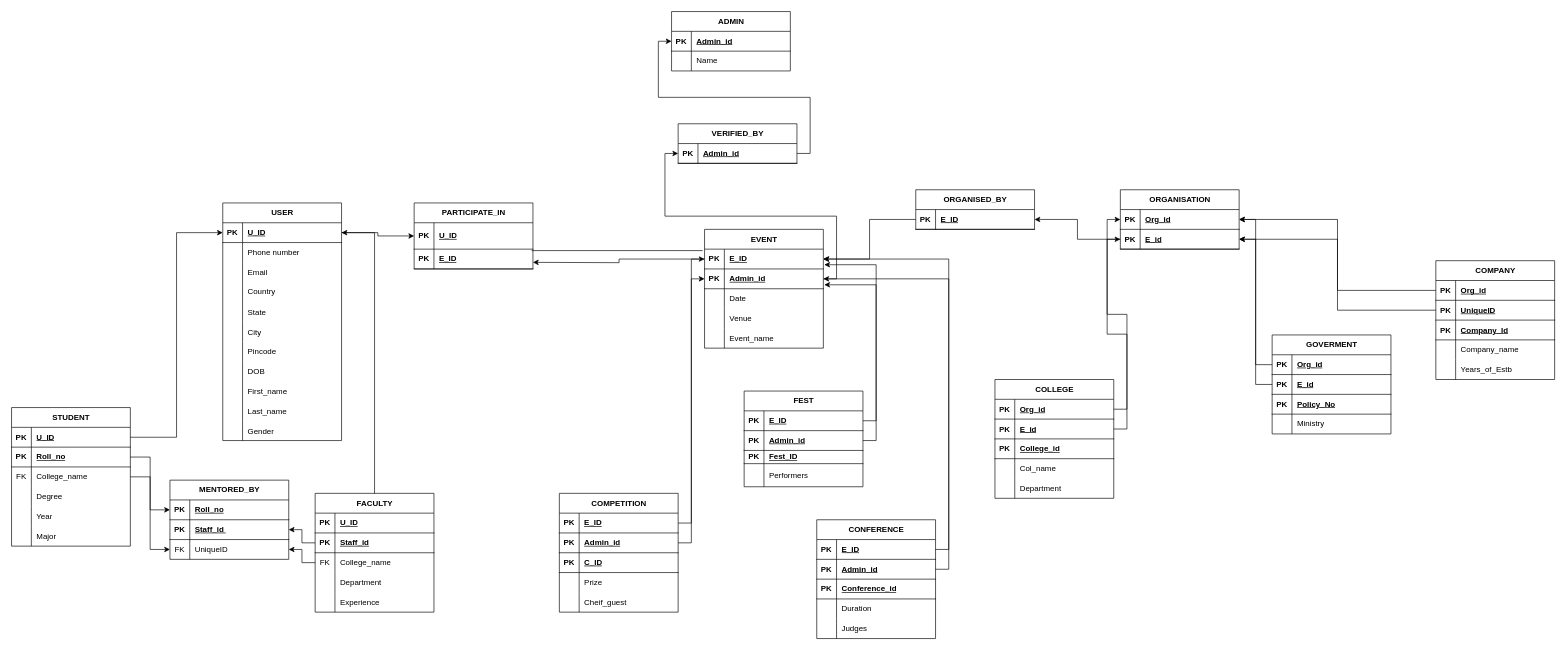
Earlier version of the draw.io diagram relational.drawio (Aaradhy-Sharma/dbms-project-1). Source tidied: cells renumbered, new cells numbered last; positions are measured from the earlier drawing's top-left corner, leaving out a move shared by most shapes. Both pictures are drawn from the tidied source at 66%, with x=0, y=0 at pixel (11, 11).
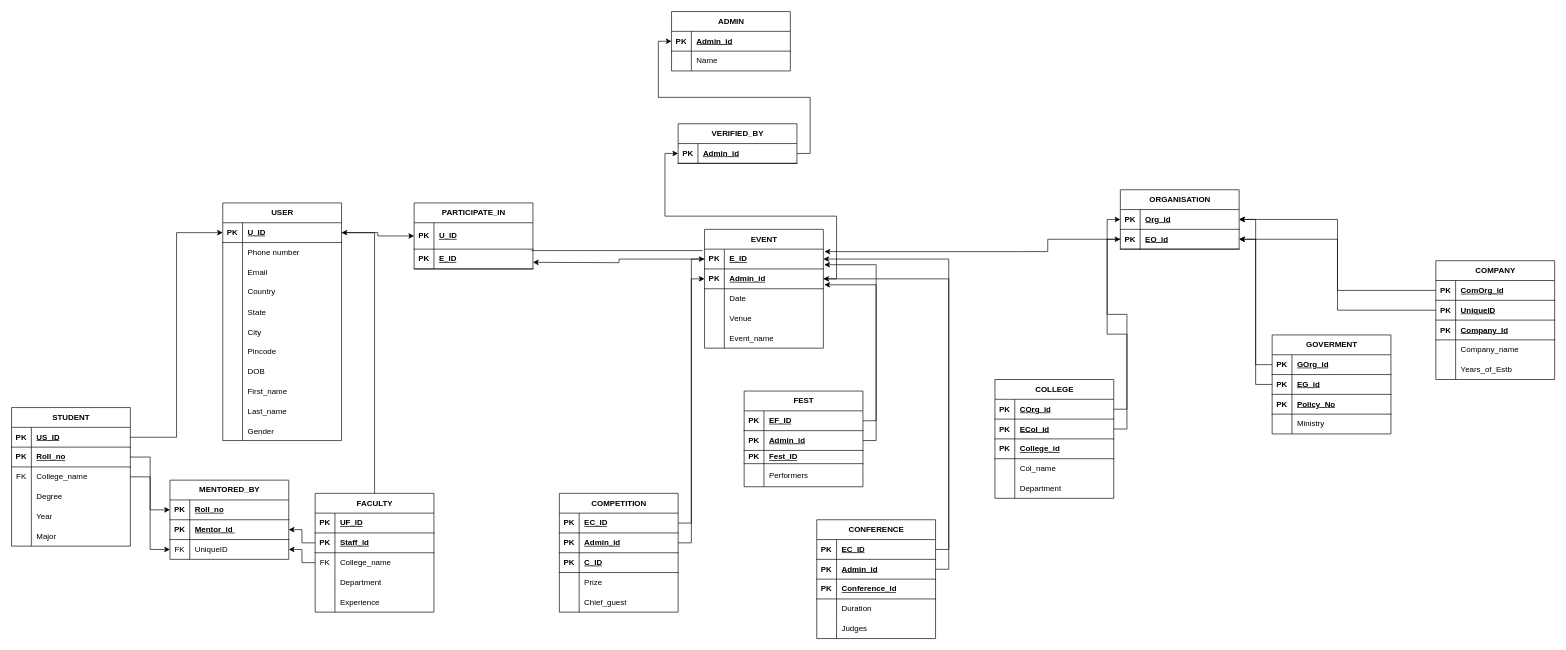
The same page after the edit.

The change refers to these unchanged cells:
```xml
<mxCell id="44" style="shape=tableRow;horizontal=0;startSize=0;swimlaneHead=0;swimlaneBody=0;fillColor=none;points=[[0,0.5],[1,0.5]];portConstraint=eastwest;top=0;left=0;right=0;bottom=1;" parent="43" vertex="1">
  <mxGeometry y="30" width="180" height="30" as="geometry" />
</mxCell>
<mxCell id="72" style="shape=tableRow;horizontal=0;startSize=0;swimlaneHead=0;swimlaneBody=0;fillColor=none;points=[[0,0.5],[1,0.5]];portConstraint=eastwest;top=0;left=0;right=0;bottom=1;" parent="68" vertex="1">
  <mxGeometry y="60" width="180" height="30" as="geometry" />
</mxCell>
<mxCell id="81" style="shape=tableRow;horizontal=0;startSize=0;swimlaneHead=0;swimlaneBody=0;fillColor=none;points=[[0,0.5],[1,0.5]];portConstraint=eastwest;top=0;left=0;right=0;bottom=1;" parent="77" vertex="1">
  <mxGeometry y="60" width="180" height="30" as="geometry" />
</mxCell>
<mxCell id="88" style="shape=tableRow;horizontal=0;startSize=0;swimlaneHead=0;swimlaneBody=0;fillColor=none;points=[[0,0.5],[1,0.5]];portConstraint=eastwest;top=0;left=0;right=0;bottom=1;" parent="87" vertex="1">
  <mxGeometry y="30" width="180" height="30" as="geometry" />
</mxCell>
<mxCell id="107" style="shape=tableRow;horizontal=0;startSize=0;swimlaneHead=0;swimlaneBody=0;fillColor=none;top=0;left=0;right=0;bottom=1;" parent="106" vertex="1">
  <mxGeometry y="30" width="180" height="30" as="geometry" />
</mxCell>
<mxCell id="123" style="shape=tableRow;horizontal=0;startSize=0;swimlaneHead=0;swimlaneBody=0;fillColor=none;points=[[0,0.5],[1,0.5]];portConstraint=eastwest;top=0;left=0;right=0;bottom=1;" parent="122" vertex="1">
  <mxGeometry y="30" width="180" height="30" as="geometry" />
</mxCell>
<mxCell id="136" style="shape=tableRow;horizontal=0;startSize=0;swimlaneHead=0;swimlaneBody=0;fillColor=none;points=[[0,0.5],[1,0.5]];portConstraint=eastwest;top=0;left=0;right=0;bottom=1;" parent="135" vertex="1">
  <mxGeometry y="30" width="180" height="30" as="geometry" />
</mxCell>
<mxCell id="148" style="shape=tableRow;horizontal=0;startSize=0;swimlaneHead=0;swimlaneBody=0;fillColor=none;top=0;left=0;right=0;bottom=0;" parent="135" vertex="1">
  <mxGeometry y="150" width="180" height="30" as="geometry" />
</mxCell>
<mxCell id="152" style="shape=tableRow;horizontal=0;startSize=0;swimlaneHead=0;swimlaneBody=0;fillColor=none;points=[[0,0.5],[1,0.5]];portConstraint=eastwest;top=0;left=0;right=0;bottom=1;" parent="151" vertex="1">
  <mxGeometry y="30" width="180" height="30" as="geometry" />
</mxCell>
<mxCell id="168" style="shape=tableRow;horizontal=0;startSize=0;swimlaneHead=0;swimlaneBody=0;fillColor=none;points=[[0,0.5],[1,0.5]];portConstraint=eastwest;top=0;left=0;right=0;bottom=1;" parent="167" vertex="1">
  <mxGeometry y="30" width="180" height="30" as="geometry" />
</mxCell>
<mxCell id="171" style="shape=tableRow;horizontal=0;startSize=0;swimlaneHead=0;swimlaneBody=0;fillColor=none;points=[[0,0.5],[1,0.5]];portConstraint=eastwest;top=0;left=0;right=0;bottom=1;" parent="167" vertex="1">
  <mxGeometry y="60" width="180" height="30" as="geometry" />
</mxCell>
<mxCell id="184" style="shape=tableRow;horizontal=0;startSize=0;swimlaneHead=0;swimlaneBody=0;fillColor=none;points=[[0,0.5],[1,0.5]];portConstraint=eastwest;top=0;left=0;right=0;bottom=1;" parent="183" vertex="1">
  <mxGeometry y="30" width="180" height="30" as="geometry" />
</mxCell>
<mxCell id="187" style="shape=tableRow;horizontal=0;startSize=0;swimlaneHead=0;swimlaneBody=0;fillColor=none;points=[[0,0.5],[1,0.5]];portConstraint=eastwest;top=0;left=0;right=0;bottom=1;" parent="183" vertex="1">
  <mxGeometry y="60" width="180" height="30" as="geometry" />
</mxCell>
<mxCell id="197" style="shape=tableRow;horizontal=0;startSize=0;swimlaneHead=0;swimlaneBody=0;fillColor=none;points=[[0,0.5],[1,0.5]];portConstraint=eastwest;top=0;left=0;right=0;bottom=1;" parent="196" vertex="1">
  <mxGeometry y="30" width="180" height="30" as="geometry" />
</mxCell>
```

Diff of the diagram source:
```diff
@@
-    <mxCell id="74" value="E_id" style="shape=partialRectangle;fillColor=none;top=0;left=0;bottom=0;right=0;align=left;spacingLeft=6;fontStyle=5;overflow=hidden;whiteSpace=wrap;html=1;" parent="72" vertex="1">
+    <mxCell id="74" value="EO_id" style="shape=partialRectangle;fillColor=none;top=0;left=0;bottom=0;right=0;align=left;spacingLeft=6;fontStyle=5;overflow=hidden;whiteSpace=wrap;html=1;" parent="72" vertex="1">
       <mxGeometry x="30" width="150" height="30" as="geometry" />
     </mxCell>
@@
-    <mxCell id="83" value="Staff_id&amp;nbsp;" style="shape=partialRectangle;fillColor=none;top=0;left=0;bottom=0;right=0;align=left;spacingLeft=6;fontStyle=5;overflow=hidden;whiteSpace=wrap;html=1;" parent="81" vertex="1">
+    <mxCell id="83" value="Mentor_id&amp;nbsp;" style="shape=partialRectangle;fillColor=none;top=0;left=0;bottom=0;right=0;align=left;spacingLeft=6;fontStyle=5;overflow=hidden;whiteSpace=wrap;html=1;" parent="81" vertex="1">
       <mxGeometry x="30" width="150" height="30" as="geometry" />
     </mxCell>
@@
-    <mxCell id="90" value="U_ID" style="shape=partialRectangle;fillColor=none;top=0;left=0;bottom=0;right=0;align=left;spacingLeft=6;fontStyle=5;overflow=hidden;whiteSpace=wrap;html=1;" parent="88" vertex="1">
+    <mxCell id="90" value="US_ID" style="shape=partialRectangle;fillColor=none;top=0;left=0;bottom=0;right=0;align=left;spacingLeft=6;fontStyle=5;overflow=hidden;whiteSpace=wrap;html=1;" parent="88" vertex="1">
       <mxGeometry x="30" width="150" height="30" as="geometry" />
     </mxCell>
@@
-    <mxCell id="109" value="U_ID" style="shape=partialRectangle;fillColor=none;top=0;left=0;bottom=0;right=0;align=left;spacingLeft=6;fontStyle=5;overflow=hidden;whiteSpace=wrap;html=1;" parent="107" vertex="1">
+    <mxCell id="109" value="UF_ID" style="shape=partialRectangle;fillColor=none;top=0;left=0;bottom=0;right=0;align=left;spacingLeft=6;fontStyle=5;overflow=hidden;whiteSpace=wrap;html=1;" parent="107" vertex="1">
       <mxGeometry x="30" width="150" height="30" as="geometry" />
     </mxCell>
@@
-    <mxCell id="125" value="E_ID" style="shape=partialRectangle;fillColor=none;top=0;left=0;bottom=0;right=0;align=left;spacingLeft=6;fontStyle=5;overflow=hidden;whiteSpace=wrap;html=1;" parent="123" vertex="1">
+    <mxCell id="125" value="EF_ID" style="shape=partialRectangle;fillColor=none;top=0;left=0;bottom=0;right=0;align=left;spacingLeft=6;fontStyle=5;overflow=hidden;whiteSpace=wrap;html=1;" parent="123" vertex="1">
       <mxGeometry x="30" width="150" height="30" as="geometry" />
     </mxCell>
@@
-    <mxCell id="138" value="E_ID" style="shape=partialRectangle;fillColor=none;top=0;left=0;bottom=0;right=0;align=left;spacingLeft=6;fontStyle=5;overflow=hidden;whiteSpace=wrap;html=1;" parent="136" vertex="1">
+    <mxCell id="138" value="EC_ID" style="shape=partialRectangle;fillColor=none;top=0;left=0;bottom=0;right=0;align=left;spacingLeft=6;fontStyle=5;overflow=hidden;whiteSpace=wrap;html=1;" parent="136" vertex="1">
       <mxGeometry x="30" width="150" height="30" as="geometry" />
     </mxCell>
@@
-    <mxCell id="150" value="Cheif_guest" style="shape=partialRectangle;fillColor=none;top=0;left=0;bottom=0;right=0;align=left;spacingLeft=6;overflow=hidden;" parent="148" vertex="1">
+    <mxCell id="150" value="Chief_guest" style="shape=partialRectangle;fillColor=none;top=0;left=0;bottom=0;right=0;align=left;spacingLeft=6;overflow=hidden;" parent="148" vertex="1">
       <mxGeometry x="30" width="150" height="30" as="geometry" />
     </mxCell>
@@
-    <mxCell id="154" value="E_ID" style="shape=partialRectangle;fillColor=none;top=0;left=0;bottom=0;right=0;align=left;spacingLeft=6;fontStyle=5;overflow=hidden;whiteSpace=wrap;html=1;" parent="152" vertex="1">
+    <mxCell id="154" value="EC_ID" style="shape=partialRectangle;fillColor=none;top=0;left=0;bottom=0;right=0;align=left;spacingLeft=6;fontStyle=5;overflow=hidden;whiteSpace=wrap;html=1;" parent="152" vertex="1">
       <mxGeometry x="30" width="150" height="30" as="geometry" />
     </mxCell>
@@
-    <mxCell id="170" value="Org_id" style="shape=partialRectangle;fillColor=none;top=0;left=0;bottom=0;right=0;align=left;spacingLeft=6;fontStyle=5;overflow=hidden;whiteSpace=wrap;html=1;" parent="168" vertex="1">
+    <mxCell id="170" value="COrg_id" style="shape=partialRectangle;fillColor=none;top=0;left=0;bottom=0;right=0;align=left;spacingLeft=6;fontStyle=5;overflow=hidden;whiteSpace=wrap;html=1;" parent="168" vertex="1">
       <mxGeometry x="30" width="150" height="30" as="geometry" />
     </mxCell>
@@
-    <mxCell id="173" value="E_id" style="shape=partialRectangle;fillColor=none;top=0;left=0;bottom=0;right=0;align=left;spacingLeft=6;fontStyle=5;overflow=hidden;whiteSpace=wrap;html=1;" parent="171" vertex="1">
+    <mxCell id="173" value="ECol_id" style="shape=partialRectangle;fillColor=none;top=0;left=0;bottom=0;right=0;align=left;spacingLeft=6;fontStyle=5;overflow=hidden;whiteSpace=wrap;html=1;" parent="171" vertex="1">
       <mxGeometry x="30" width="150" height="30" as="geometry" />
     </mxCell>
@@
-    <mxCell id="186" value="Org_id" style="shape=partialRectangle;fillColor=none;top=0;left=0;bottom=0;right=0;align=left;spacingLeft=6;fontStyle=5;overflow=hidden;whiteSpace=wrap;html=1;" parent="184" vertex="1">
+    <mxCell id="186" value="GOrg_id" style="shape=partialRectangle;fillColor=none;top=0;left=0;bottom=0;right=0;align=left;spacingLeft=6;fontStyle=5;overflow=hidden;whiteSpace=wrap;html=1;" parent="184" vertex="1">
       <mxGeometry x="30" width="150" height="30" as="geometry" />
     </mxCell>
@@
-    <mxCell id="189" value="E_id" style="shape=partialRectangle;fillColor=none;top=0;left=0;bottom=0;right=0;align=left;spacingLeft=6;fontStyle=5;overflow=hidden;whiteSpace=wrap;html=1;" parent="187" vertex="1">
+    <mxCell id="189" value="EG_id" style="shape=partialRectangle;fillColor=none;top=0;left=0;bottom=0;right=0;align=left;spacingLeft=6;fontStyle=5;overflow=hidden;whiteSpace=wrap;html=1;" parent="187" vertex="1">
       <mxGeometry x="30" width="150" height="30" as="geometry" />
     </mxCell>
@@
-    <mxCell id="199" value="Org_id" style="shape=partialRectangle;fillColor=none;top=0;left=0;bottom=0;right=0;align=left;spacingLeft=6;fontStyle=5;overflow=hidden;whiteSpace=wrap;html=1;" parent="197" vertex="1">
+    <mxCell id="199" value="ComOrg_id" style="shape=partialRectangle;fillColor=none;top=0;left=0;bottom=0;right=0;align=left;spacingLeft=6;fontStyle=5;overflow=hidden;whiteSpace=wrap;html=1;" parent="197" vertex="1">
       <mxGeometry x="30" width="150" height="30" as="geometry" />
     </mxCell>
@@
-    <mxCell id="212" value="ORGANISED_BY" style="shape=table;startSize=30;childLayout=tableLayout;rowLines=0;fontStyle=1;align=center;html=1;" parent="1" vertex="1">
-      <mxGeometry x="1370" y="270" width="180" height="60" as="geometry" />
-    </mxCell>
-    <mxCell id="213" style="shape=tableRow;horizontal=0;startSize=0;swimlaneHead=0;swimlaneBody=0;fillColor=none;points=[[0,0.5],[1,0.5]];portConstraint=eastwest;top=0;left=0;right=0;bottom=1;" parent="212" vertex="1">
-      <mxGeometry y="30" width="180" height="30" as="geometry" />
-    </mxCell>
-    <mxCell id="214" value="PK" style="shape=partialRectangle;fillColor=none;top=0;left=0;bottom=0;right=0;fontStyle=1;overflow=hidden;whiteSpace=wrap;html=1;" parent="213" vertex="1">
-      <mxGeometry width="30" height="30" as="geometry" />
-    </mxCell>
-    <mxCell id="215" value="E_ID" style="shape=partialRectangle;fillColor=none;top=0;left=0;bottom=0;right=0;align=left;spacingLeft=6;fontStyle=5;overflow=hidden;whiteSpace=wrap;html=1;" parent="213" vertex="1">
-      <mxGeometry x="30" width="150" height="30" as="geometry" />
-    </mxCell>
@@
-    <mxCell id="228" style="edgeStyle=orthogonalEdgeStyle;rounded=0;jettySize=auto;html=1;exitX=0;exitY=0.5;exitDx=0;exitDy=0;entryX=1;entryY=0.5;entryDx=0;entryDy=0;" parent="1" edge="1" source="72" target="213">
-      <mxGeometry relative="1" as="geometry" />
+    <mxCell id="228" style="edgeStyle=orthogonalEdgeStyle;rounded=0;jettySize=auto;html=1;exitX=0;exitY=0.5;exitDx=0;exitDy=0;entryX=1.01;entryY=0.124;entryDx=0;entryDy=0;entryPerimeter=0;" parent="1" edge="1" source="72" target="44">
+      <mxGeometry relative="1" as="geometry">
+        <Array as="points">
+          <mxPoint x="1570" y="345" />
+          <mxPoint x="1570" y="364" />
+        </Array>
+      </mxGeometry>
     </mxCell>
-    <mxCell id="229" style="edgeStyle=orthogonalEdgeStyle;rounded=0;jettySize=auto;html=1;exitX=0;exitY=0.5;exitDx=0;exitDy=0;entryX=1;entryY=0.5;entryDx=0;entryDy=0;" parent="1" edge="1" source="213" target="44">
-      <mxGeometry relative="1" as="geometry" />
-    </mxCell>
```
